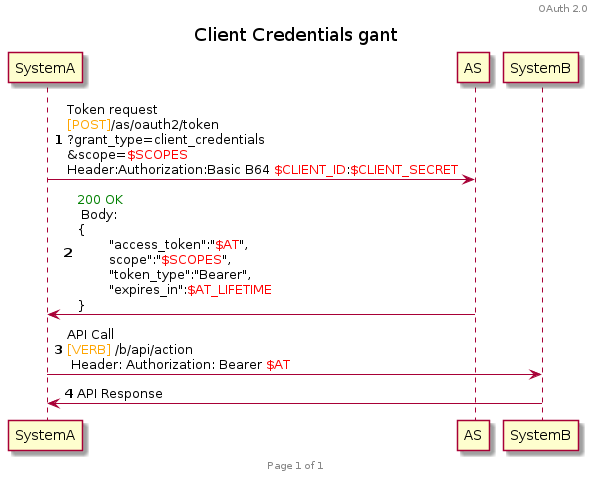
HenriLefevrePro/Articles keeps this PlantUML diagram as plantuml/oauth2/client_credentials.png. Above is the earlier version. Source of this version:
```plantuml
@startuml

header OAuth 2.0
footer Page %page% of %lastpage%

title Client Credentials gant
autonumber

SystemA -> AS : Token request\n<font color=orange>[POST]</font>/as/oauth2/token\n?grant_type=client_credentials\n&scope=<font color=red>$SCOPES</font>\nHeader:Authorization:Basic B64 <font color=red>$CLIENT_ID</font>:<font color=red>$CLIENT_SECRET</font>
AS -> SystemA : <font color=green>200 OK</font> \n Body: \n{\n\t"access_token":"<font color=red>$AT</font>",\n\tscope":"<font color=red>$SCOPES</font>",\n\t"token_type":"Bearer",\n\t"expires_in":<font color=red>$AT_LIFETIME</font>\n}

SystemA -> SystemB : API Call \n<font color=orange>[VERB]</font> /b/api/action\n Header: Authorization: Bearer <font color=red>$AT</font>
SystemB -> SystemA : API Response
@enduml
```
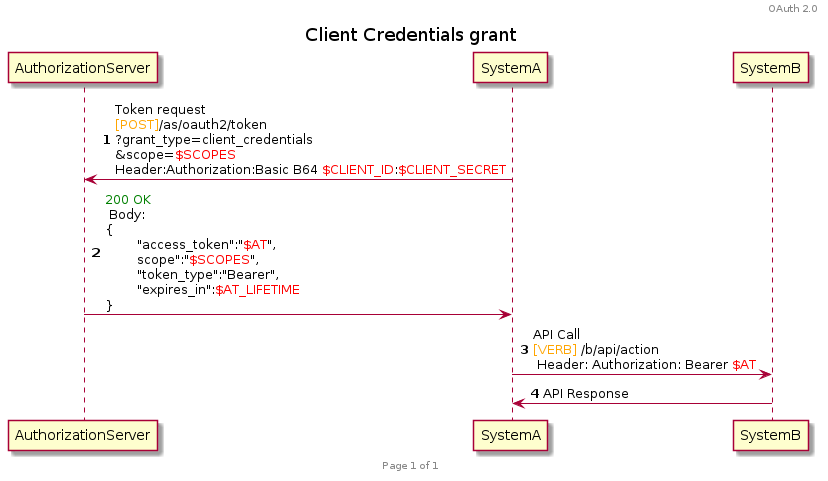
After the commit.

Commit message:
[GitHub Actions] Generate PNG images for PlantUML diagrams

What changed in the source:
```diff
@@ -3,11 +3,15 @@
 header OAuth 2.0
 footer Page %page% of %lastpage%
 
-title Client Credentials gant
+title Client Credentials grant
 autonumber
 
-SystemA -> AS : Token request\n<font color=orange>[POST]</font>/as/oauth2/token\n?grant_type=client_credentials\n&scope=<font color=red>$SCOPES</font>\nHeader:Authorization:Basic B64 <font color=red>$CLIENT_ID</font>:<font color=red>$CLIENT_SECRET</font>
-AS -> SystemA : <font color=green>200 OK</font> \n Body: \n{\n\t"access_token":"<font color=red>$AT</font>",\n\tscope":"<font color=red>$SCOPES</font>",\n\t"token_type":"Bearer",\n\t"expires_in":<font color=red>$AT_LIFETIME</font>\n}
+participant AuthorizationServer
+participant SystemA
+participant SystemB
+
+SystemA -> AuthorizationServer : Token request\n<font color=orange>[POST]</font>/as/oauth2/token\n?grant_type=client_credentials\n&scope=<font color=red>$SCOPES</font>\nHeader:Authorization:Basic B64 <font color=red>$CLIENT_ID</font>:<font color=red>$CLIENT_SECRET</font>
+AuthorizationServer -> SystemA : <font color=green>200 OK</font> \n Body: \n{\n\t"access_token":"<font color=red>$AT</font>",\n\tscope":"<font color=red>$SCOPES</font>",\n\t"token_type":"Bearer",\n\t"expires_in":<font color=red>$AT_LIFETIME</font>\n}
 
 SystemA -> SystemB : API Call \n<font color=orange>[VERB]</font> /b/api/action\n Header: Authorization: Bearer <font color=red>$AT</font>
 SystemB -> SystemA : API Response
```
